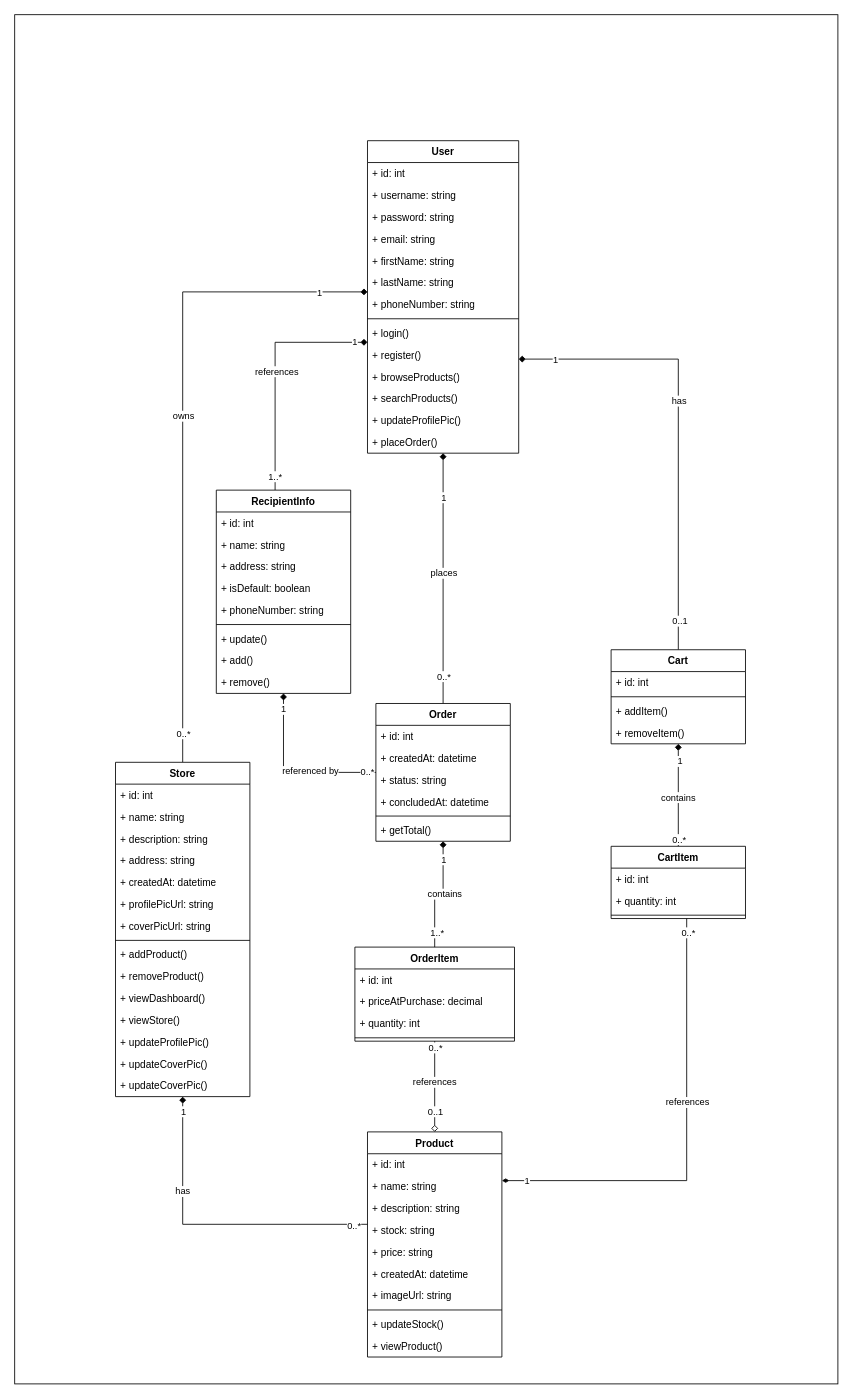
Above: page "Class Diagram" (2 of 2) of E-Commerce API Use-case diagram.drawio in RHILIUS/drawio (draw.io), before the change. Source tidied: cells renumbered, new cells numbered last; positions are measured from the earlier drawing's top-left corner, leaving out a move shared by most shapes. Both pictures are drawn from the tidied source at 84%, with x=0, y=0 at pixel (14, 14).
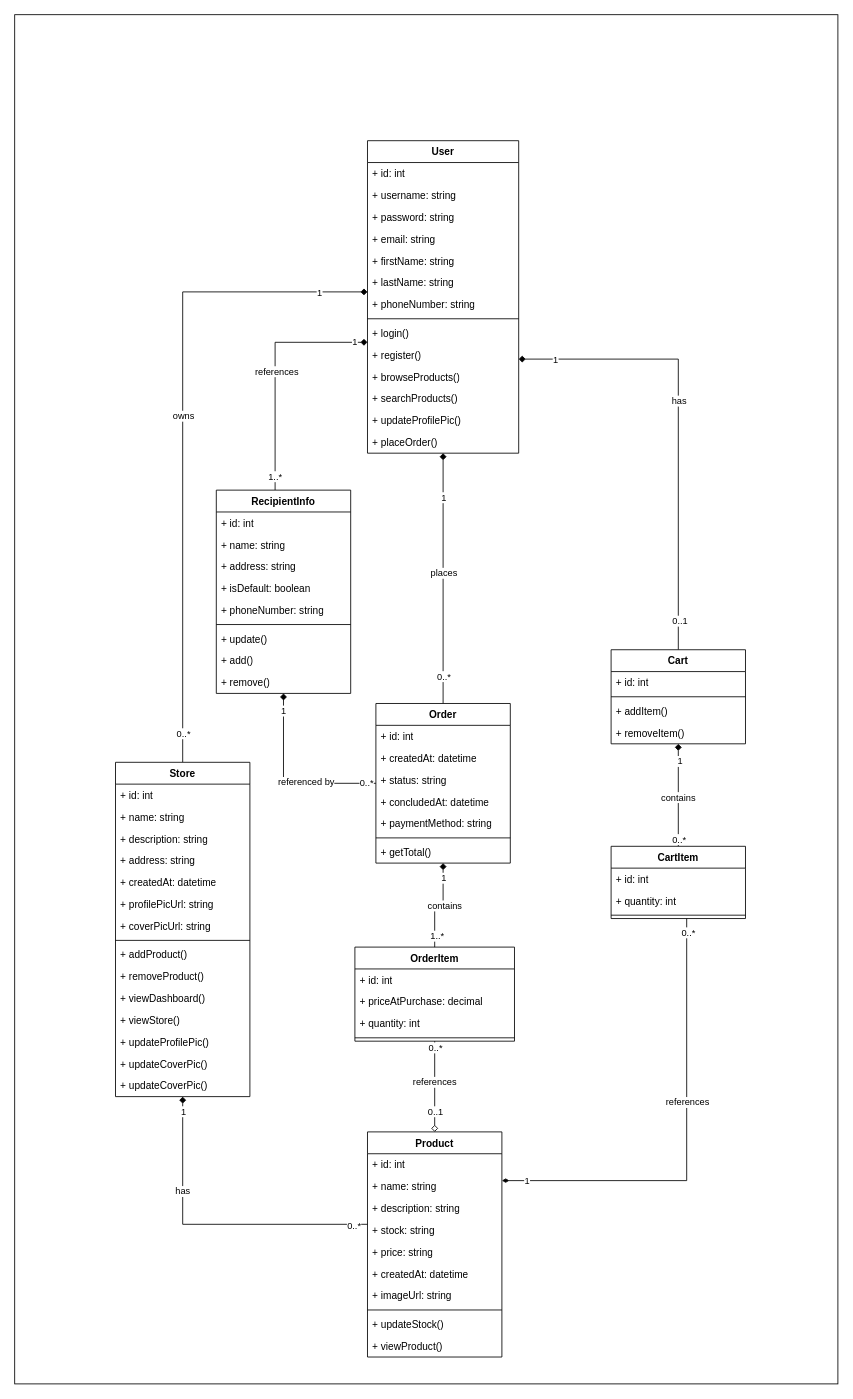
After the change.

Commit message:
feat: add paymentMethod field on Order entity

What changed in the source:
```diff
@@
     <mxCell id="58" value="Order" style="swimlane;fontStyle=1;align=center;verticalAlign=top;horizontal=1;startSize=26;whiteSpace=wrap;html=1;" parent="1" vertex="1">
-      <mxGeometry x="430" y="820" width="160" height="164" as="geometry" />
+      <mxGeometry x="430" y="820" width="160" height="190" as="geometry" />
     </mxCell>
@@
+    <mxCell id="116" value="+ paymentMethod: string" style="text;strokeColor=none;fillColor=none;align=left;verticalAlign=top;spacingLeft=4;spacingRight=4;overflow=hidden;whiteSpace=wrap;html=1;" parent="58" vertex="1">
+      <mxGeometry y="130" width="160" height="26" as="geometry" />
+    </mxCell>
     <mxCell id="63" style="line;strokeWidth=1;fillColor=none;align=left;verticalAlign=middle;spacingTop=-1;spacingLeft=3;spacingRight=3;labelPosition=right;strokeColor=inherit;" parent="58" vertex="1">
-      <mxGeometry y="130" width="160" height="8" as="geometry" />
+      <mxGeometry y="156" width="160" height="8" as="geometry" />
     </mxCell>
     <mxCell id="64" value="+ getTotal()" style="text;strokeColor=none;fillColor=none;align=left;verticalAlign=top;spacingLeft=4;spacingRight=4;overflow=hidden;whiteSpace=wrap;html=1;" parent="58" vertex="1">
-      <mxGeometry y="138" width="160" height="26" as="geometry" />
+      <mxGeometry y="164" width="160" height="26" as="geometry" />
     </mxCell>
```
